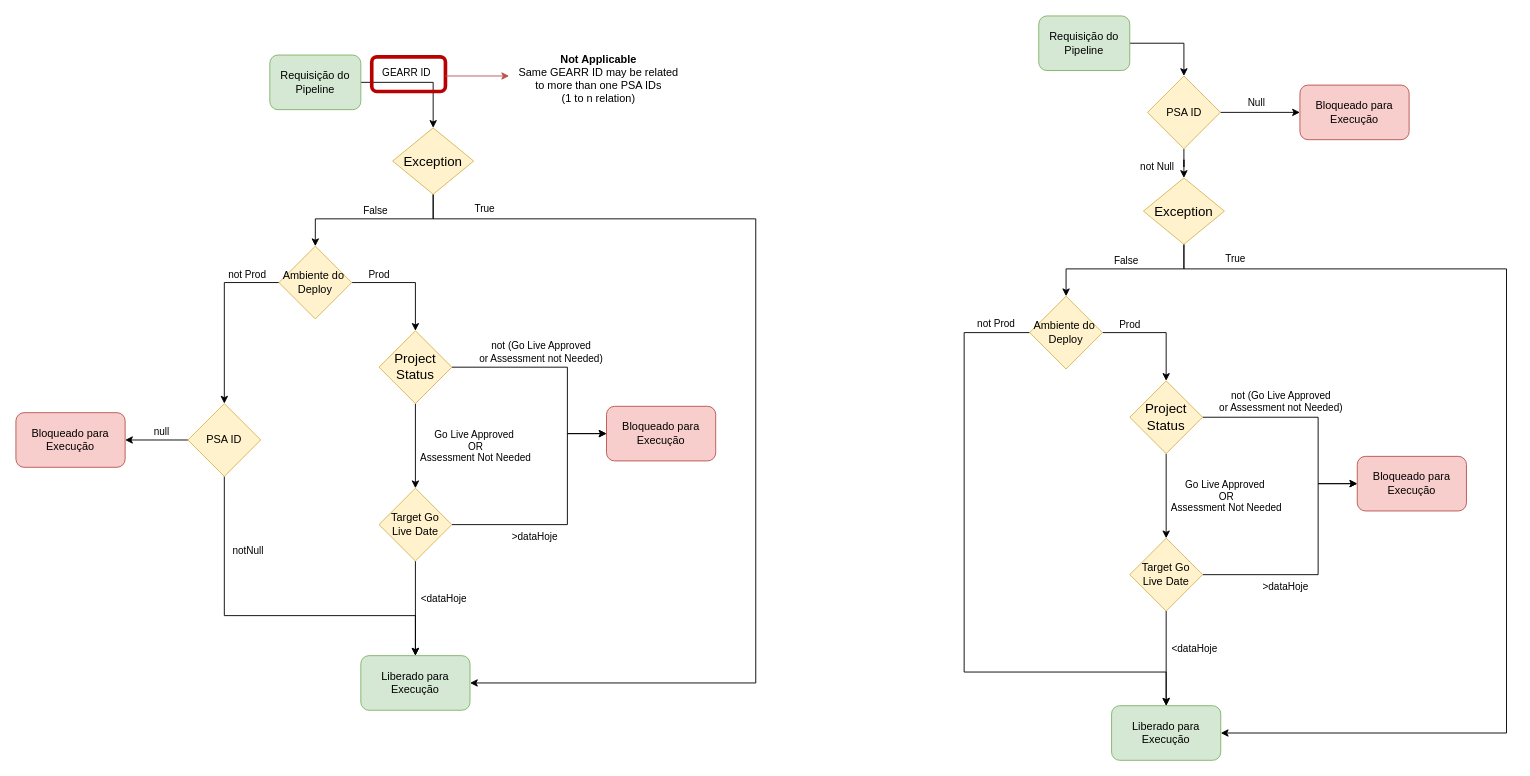
Above: DevSec.drawio in jovblopes/Internet-of-Things (draw.io), before the change. Source tidied: cells renumbered, new cells numbered last; positions are measured from the earlier drawing's top-left corner, leaving out a move shared by most shapes. Both pictures are drawn from the tidied source at 91%, with x=0, y=0 at pixel (15, 15).
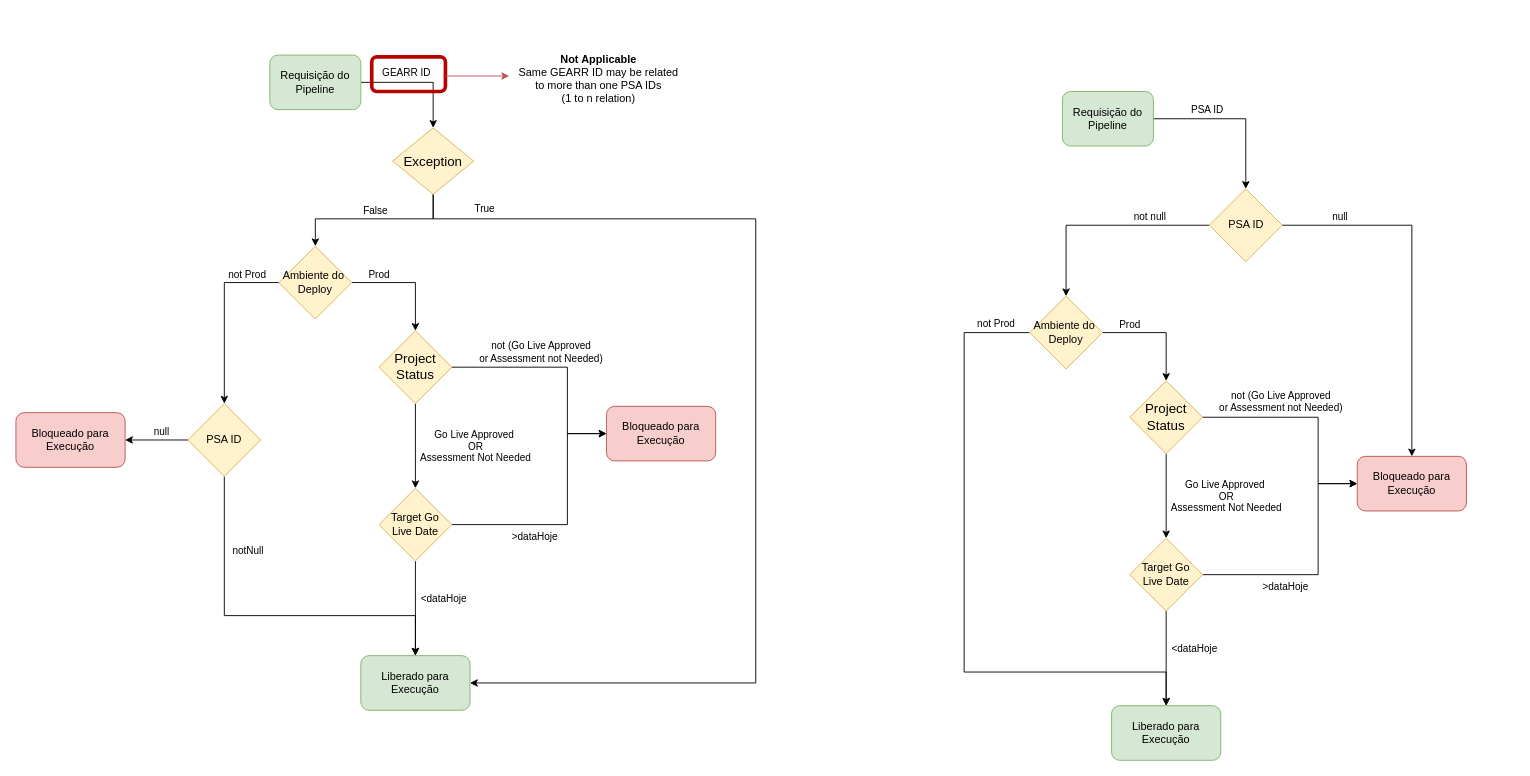
The same diagram, later.

The change refers to these unchanged cells:
```xml
<mxCell id="32" style="edgeStyle=orthogonalEdgeStyle;rounded=0;jettySize=auto;html=1;entryX=0.5;entryY=0;entryDx=0;entryDy=0;" parent="1" edge="1" source="33" target="60">
  <mxGeometry relative="1" as="geometry" />
</mxCell>
<mxCell id="39" value="Liberado para Execução" style="rounded=1;whiteSpace=wrap;html=1;fillColor=#d5e8d4;strokeColor=#82b366;" parent="1" vertex="1">
  <mxGeometry x="1204" y="758" width="120" height="60" as="geometry" />
</mxCell>
<mxCell id="44" value="Ambiente do&amp;nbsp;&lt;br&gt;Deploy" style="rhombus;whiteSpace=wrap;html=1;fillColor=#fff2cc;strokeColor=#d6b656;" parent="1" vertex="1">
  <mxGeometry x="1114" y="308" width="80" height="80" as="geometry" />
</mxCell>
<mxCell id="54" value="Bloqueado para Execução" style="rounded=1;whiteSpace=wrap;html=1;fillColor=#f8cecc;strokeColor=#b85450;" parent="1" vertex="1">
  <mxGeometry x="1474" y="484" width="120" height="60" as="geometry" />
</mxCell>
```

Change to the diagram source:
```diff
@@
+    <mxCell id="62" value="PSA ID" style="edgeLabel;html=1;align=center;verticalAlign=middle;" parent="32" vertex="1">
+      <mxGeometry x="-0.5" y="2" relative="1" as="geometry">
+        <mxPoint x="13" y="-9" as="offset" />
+      </mxGeometry>
+    </mxCell>
     <mxCell id="33" value="Requisição do Pipeline" style="rounded=1;whiteSpace=wrap;html=1;fillColor=#d5e8d4;strokeColor=#82b366;" parent="1" vertex="1">
-      <mxGeometry x="1124" width="100" height="60" as="geometry" />
+      <mxGeometry x="1150" y="83" width="100" height="60" as="geometry" />
     </mxCell>
-    <mxCell id="34" style="edgeStyle=orthogonalEdgeStyle;rounded=0;jettySize=auto;html=1;entryX=0.5;entryY=0;entryDx=0;entryDy=0;" parent="1" edge="1" source="38" target="44">
-      <mxGeometry relative="1" as="geometry">
-        <Array as="points">
-          <mxPoint x="1284" y="278" />
-          <mxPoint x="1154" y="278" />
-        </Array>
-      </mxGeometry>
-    </mxCell>
-    <mxCell id="35" value="False" style="edgeLabel;html=1;align=center;verticalAlign=middle;" parent="34" vertex="1">
-      <mxGeometry x="0.03" y="-2" relative="1" as="geometry">
-        <mxPoint x="5" y="-8" as="offset" />
-      </mxGeometry>
-    </mxCell>
-    <mxCell id="36" style="edgeStyle=orthogonalEdgeStyle;rounded=0;jettySize=auto;html=1;entryX=1;entryY=0.5;entryDx=0;entryDy=0;" parent="1" edge="1" source="38" target="39">
-      <mxGeometry relative="1" as="geometry">
-        <Array as="points">
-          <mxPoint x="1283" y="278" />
-          <mxPoint x="1638" y="278" />
-          <mxPoint x="1638" y="788" />
-        </Array>
-      </mxGeometry>
-    </mxCell>
-    <mxCell id="37" value="True" style="edgeLabel;html=1;align=center;verticalAlign=middle;" parent="36" vertex="1">
-      <mxGeometry x="0.22" y="3" relative="1" as="geometry">
-        <mxPoint x="-302" y="-365" as="offset" />
-      </mxGeometry>
-    </mxCell>
-    <mxCell id="38" value="&lt;span lang=&quot;EN-US&quot; style=&quot;font-size: 11pt ; font-family: &amp;#34;calibri&amp;#34; , sans-serif&quot;&gt;Exception&lt;/span&gt;" style="rhombus;whiteSpace=wrap;html=1;fillColor=#fff2cc;strokeColor=#d6b656;" parent="1" vertex="1">
-      <mxGeometry x="1239" y="178" width="89" height="73" as="geometry" />
-    </mxCell>
@@
-    <mxCell id="58" value="not Null" style="edgeStyle=orthogonalEdgeStyle;rounded=0;jettySize=auto;html=1;entryX=0.5;entryY=0;entryDx=0;entryDy=0;" parent="1" edge="1" source="60" target="38">
-      <mxGeometry x="0.5" y="-30" relative="1" as="geometry" />
-    </mxCell>
-    <mxCell id="59" value="Null" style="edgeStyle=orthogonalEdgeStyle;rounded=0;jettySize=auto;html=1;" parent="1" edge="1" source="60" target="61">
-      <mxGeometry x="-0.12" y="11" relative="1" as="geometry" />
-    </mxCell>
+    <mxCell id="63" style="edgeStyle=orthogonalEdgeStyle;rounded=0;jettySize=auto;html=1;entryX=0.5;entryY=0;entryDx=0;entryDy=0;" parent="1" edge="1" source="60" target="54">
+      <mxGeometry relative="1" as="geometry" />
+    </mxCell>
+    <mxCell id="64" value="null" style="edgeLabel;html=1;align=center;verticalAlign=middle;" parent="63" vertex="1">
+      <mxGeometry x="-0.8" y="3" relative="1" as="geometry">
+        <mxPoint x="23" y="-7" as="offset" />
+      </mxGeometry>
+    </mxCell>
+    <mxCell id="65" style="edgeStyle=orthogonalEdgeStyle;rounded=0;jettySize=auto;html=1;entryX=0.5;entryY=0;entryDx=0;entryDy=0;" parent="1" edge="1" source="60" target="44">
+      <mxGeometry relative="1" as="geometry" />
+    </mxCell>
+    <mxCell id="66" value="not null" style="edgeLabel;html=1;align=center;verticalAlign=middle;" parent="65" vertex="1">
+      <mxGeometry x="-0.49" y="1" relative="1" as="geometry">
+        <mxPoint x="-6" y="-11" as="offset" />
+      </mxGeometry>
+    </mxCell>
     <mxCell id="60" value="PSA ID" style="rhombus;whiteSpace=wrap;html=1;fillColor=#fff2cc;strokeColor=#d6b656;" parent="1" vertex="1">
-      <mxGeometry x="1243.5" y="66" width="80" height="80" as="geometry" />
+      <mxGeometry x="1311.5" y="190" width="80" height="80" as="geometry" />
     </mxCell>
-    <mxCell id="61" value="Bloqueado para Execução" style="rounded=1;whiteSpace=wrap;html=1;fillColor=#f8cecc;strokeColor=#b85450;" parent="1" vertex="1">
-      <mxGeometry x="1411" y="76" width="120" height="60" as="geometry" />
-    </mxCell>
```
